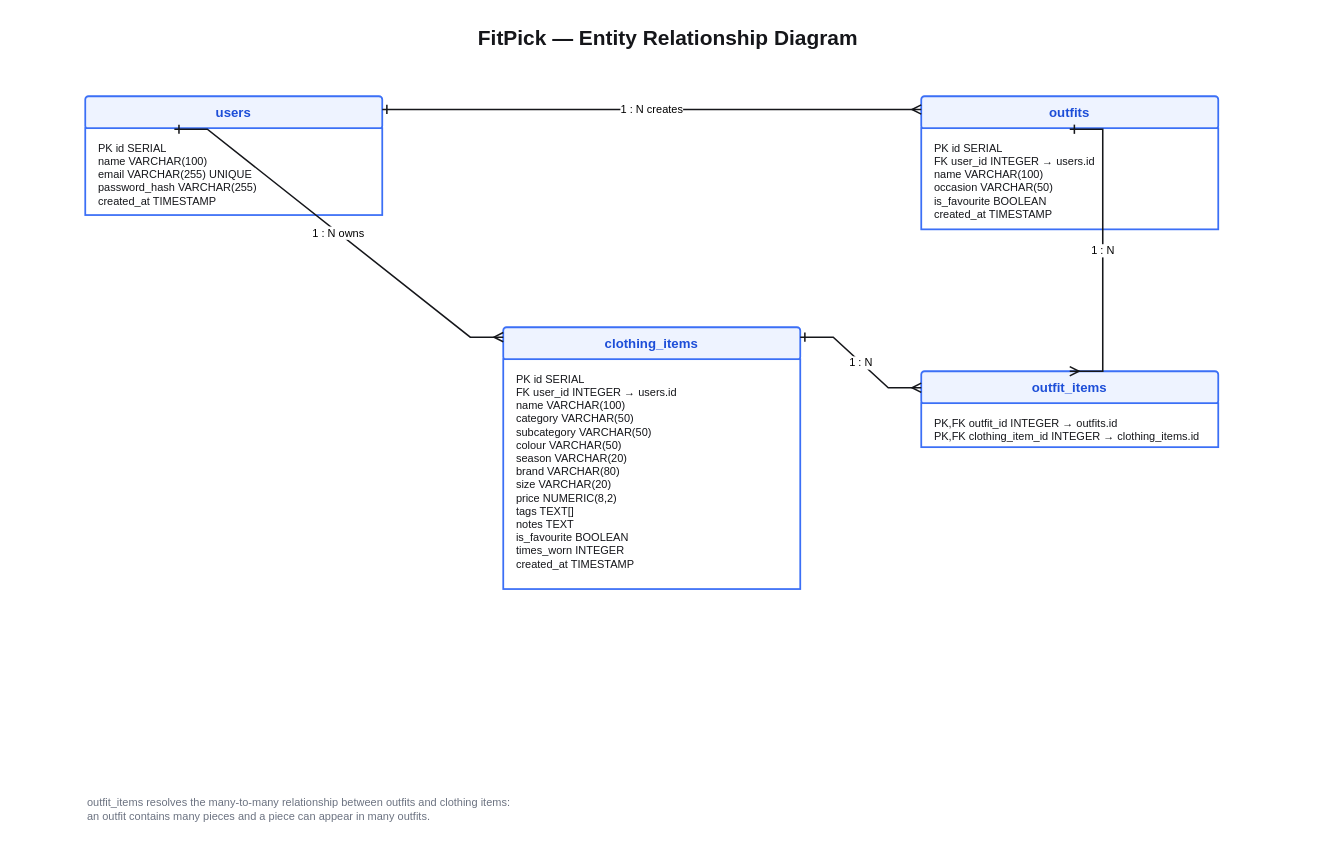
Before: docs/design/diagrams/erd.drawio in nithi0307/fitpick, a draw.io diagram. Source tidied: cells renumbered, new cells numbered last; positions are measured from the earlier drawing's top-left corner, leaving out a move shared by most shapes. Both pictures are drawn from the tidied source at 110%, with x=0, y=0 at pixel (19, 19).
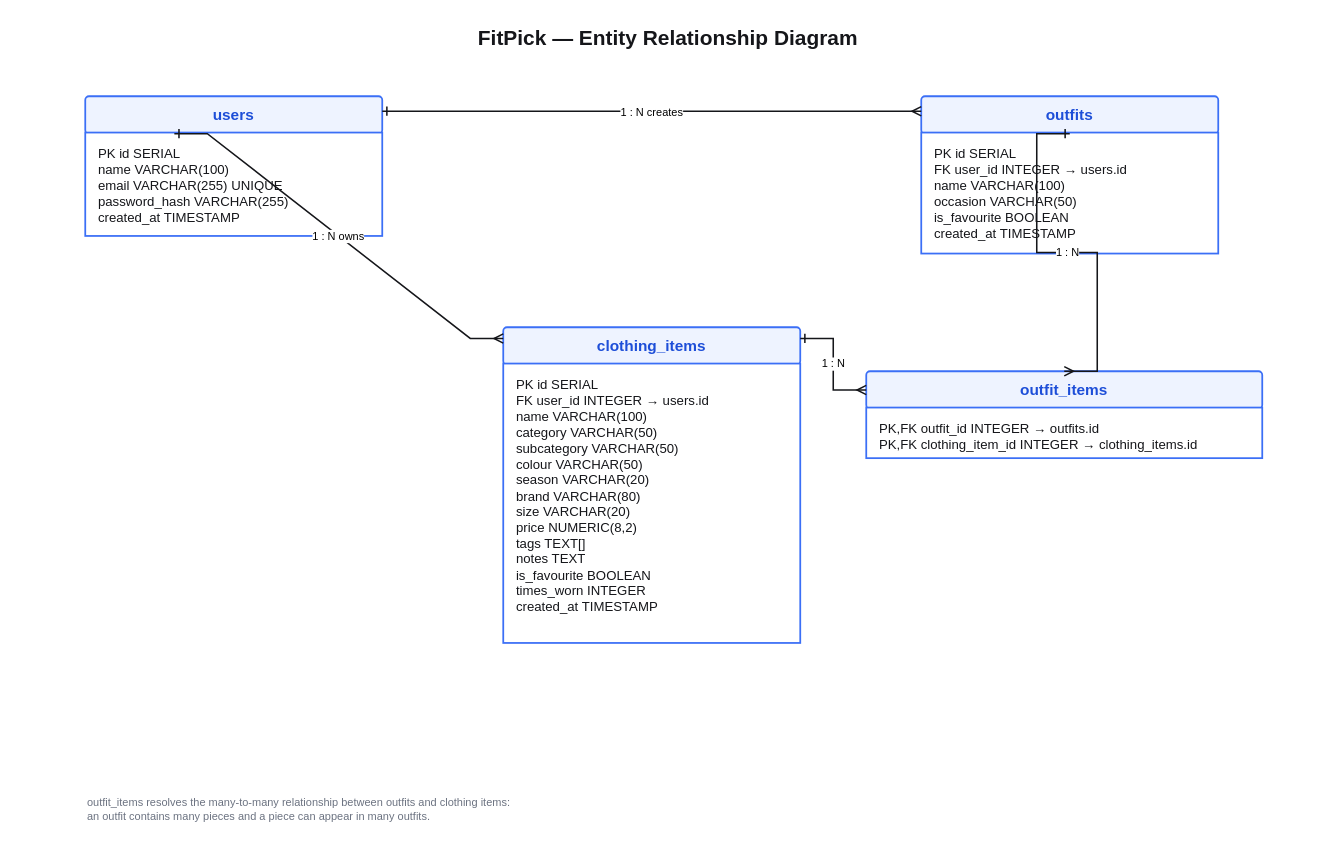
The same page after the edit.

The edit, as a diff of the source:
```diff
@@
 <mxGraphModel>
   <root>
     <mxCell id="0" />
     <mxCell id="1" parent="0" />
     <mxCell id="2" value="FitPick — Entity Relationship Diagram" style="text;html=1;whiteSpace=wrap;fontSize=19;fontStyle=1;fontColor=#15161a;align=center;" parent="1" vertex="1">
       <mxGeometry width="1180" height="30" as="geometry" />
     </mxCell>
-    <mxCell id="3" value="users" style="rounded=1;arcSize=10;html=1;whiteSpace=wrap;fillColor=#eef3ff;strokeColor=#3b6ff6;strokeWidth=1.6;fontSize=12;fontStyle=1;fontColor=#1d4ed8;verticalAlign=middle;align=center;" parent="1" vertex="1">
-      <mxGeometry x="60" y="70" width="270" height="30" as="geometry" />
+    <mxCell id="3" value="users" style="rounded=1;arcSize=10;html=1;whiteSpace=wrap;fillColor=#eef3ff;strokeColor=#3b6ff6;strokeWidth=1.6;fontSize=14;fontStyle=1;fontColor=#1d4ed8;verticalAlign=middle;align=center;" parent="1" vertex="1">
+      <mxGeometry x="60" y="70" width="270" height="34" as="geometry" />
     </mxCell>
-    <mxCell id="4" value="PK  id              SERIAL&#10;      name            VARCHAR(100)&#10;      email           VARCHAR(255) UNIQUE&#10;      password_hash   VARCHAR(255)&#10;      created_at      TIMESTAMP" style="rounded=0;html=1;whiteSpace=wrap;fillColor=#ffffff;strokeColor=#3b6ff6;strokeWidth=1.6;fontSize=10;fontColor=#15161a;align=left;verticalAlign=top;spacingLeft=10;spacingTop=6;" parent="1" vertex="1">
-      <mxGeometry x="60" y="99" width="270" height="79" as="geometry" />
+    <mxCell id="4" value="PK  id              SERIAL&#10;      name            VARCHAR(100)&#10;      email           VARCHAR(255) UNIQUE&#10;      password_hash   VARCHAR(255)&#10;      created_at      TIMESTAMP" style="rounded=0;html=1;whiteSpace=wrap;fillColor=#ffffff;strokeColor=#3b6ff6;strokeWidth=1.6;fontSize=12;fontColor=#15161a;align=left;verticalAlign=top;spacingLeft=10;spacingTop=6;" parent="1" vertex="1">
+      <mxGeometry x="60" y="103" width="270" height="94" as="geometry" />
     </mxCell>
-    <mxCell id="5" value="clothing_items" style="rounded=1;arcSize=10;html=1;whiteSpace=wrap;fillColor=#eef3ff;strokeColor=#3b6ff6;strokeWidth=1.6;fontSize=12;fontStyle=1;fontColor=#1d4ed8;verticalAlign=middle;align=center;" parent="1" vertex="1">
-      <mxGeometry x="440" y="280" width="270" height="30" as="geometry" />
+    <mxCell id="5" value="clothing_items" style="rounded=1;arcSize=10;html=1;whiteSpace=wrap;fillColor=#eef3ff;strokeColor=#3b6ff6;strokeWidth=1.6;fontSize=14;fontStyle=1;fontColor=#1d4ed8;verticalAlign=middle;align=center;" parent="1" vertex="1">
+      <mxGeometry x="440" y="280" width="270" height="34" as="geometry" />
     </mxCell>
-    <mxCell id="6" value="PK  id              SERIAL&#10;FK  user_id         INTEGER → users.id&#10;      name            VARCHAR(100)&#10;      category        VARCHAR(50)&#10;      subcategory     VARCHAR(50)&#10;      colour          VARCHAR(50)&#10;      season          VARCHAR(20)&#10;      brand           VARCHAR(80)&#10;      size            VARCHAR(20)&#10;      price           NUMERIC(8,2)&#10;      tags            TEXT[]&#10;      notes           TEXT&#10;      is_favourite    BOOLEAN&#10;      times_worn      INTEGER&#10;      created_at      TIMESTAMP" style="rounded=0;html=1;whiteSpace=wrap;fillColor=#ffffff;strokeColor=#3b6ff6;strokeWidth=1.6;fontSize=10;fontColor=#15161a;align=left;verticalAlign=top;spacingLeft=10;spacingTop=6;" parent="1" vertex="1">
-      <mxGeometry x="440" y="309" width="270" height="209" as="geometry" />
+    <mxCell id="6" value="PK  id              SERIAL&#10;FK  user_id         INTEGER → users.id&#10;      name            VARCHAR(100)&#10;      category        VARCHAR(50)&#10;      subcategory     VARCHAR(50)&#10;      colour          VARCHAR(50)&#10;      season          VARCHAR(20)&#10;      brand           VARCHAR(80)&#10;      size            VARCHAR(20)&#10;      price           NUMERIC(8,2)&#10;      tags            TEXT[]&#10;      notes           TEXT&#10;      is_favourite    BOOLEAN&#10;      times_worn      INTEGER&#10;      created_at      TIMESTAMP" style="rounded=0;html=1;whiteSpace=wrap;fillColor=#ffffff;strokeColor=#3b6ff6;strokeWidth=1.6;fontSize=12;fontColor=#15161a;align=left;verticalAlign=top;spacingLeft=10;spacingTop=6;" parent="1" vertex="1">
+      <mxGeometry x="440" y="313" width="270" height="254" as="geometry" />
     </mxCell>
-    <mxCell id="7" value="outfits" style="rounded=1;arcSize=10;html=1;whiteSpace=wrap;fillColor=#eef3ff;strokeColor=#3b6ff6;strokeWidth=1.6;fontSize=12;fontStyle=1;fontColor=#1d4ed8;verticalAlign=middle;align=center;" parent="1" vertex="1">
-      <mxGeometry x="820" y="70" width="270" height="30" as="geometry" />
+    <mxCell id="7" value="outfits" style="rounded=1;arcSize=10;html=1;whiteSpace=wrap;fillColor=#eef3ff;strokeColor=#3b6ff6;strokeWidth=1.6;fontSize=14;fontStyle=1;fontColor=#1d4ed8;verticalAlign=middle;align=center;" parent="1" vertex="1">
+      <mxGeometry x="820" y="70" width="270" height="34" as="geometry" />
     </mxCell>
-    <mxCell id="8" value="PK  id              SERIAL&#10;FK  user_id         INTEGER → users.id&#10;      name            VARCHAR(100)&#10;      occasion        VARCHAR(50)&#10;      is_favourite    BOOLEAN&#10;      created_at      TIMESTAMP" style="rounded=0;html=1;whiteSpace=wrap;fillColor=#ffffff;strokeColor=#3b6ff6;strokeWidth=1.6;fontSize=10;fontColor=#15161a;align=left;verticalAlign=top;spacingLeft=10;spacingTop=6;" parent="1" vertex="1">
-      <mxGeometry x="820" y="99" width="270" height="92" as="geometry" />
+    <mxCell id="8" value="PK  id              SERIAL&#10;FK  user_id         INTEGER → users.id&#10;      name            VARCHAR(100)&#10;      occasion        VARCHAR(50)&#10;      is_favourite    BOOLEAN&#10;      created_at      TIMESTAMP" style="rounded=0;html=1;whiteSpace=wrap;fillColor=#ffffff;strokeColor=#3b6ff6;strokeWidth=1.6;fontSize=12;fontColor=#15161a;align=left;verticalAlign=top;spacingLeft=10;spacingTop=6;" parent="1" vertex="1">
+      <mxGeometry x="820" y="103" width="270" height="110" as="geometry" />
     </mxCell>
-    <mxCell id="9" value="outfit_items" style="rounded=1;arcSize=10;html=1;whiteSpace=wrap;fillColor=#eef3ff;strokeColor=#3b6ff6;strokeWidth=1.6;fontSize=12;fontStyle=1;fontColor=#1d4ed8;verticalAlign=middle;align=center;" parent="1" vertex="1">
-      <mxGeometry x="820" y="320" width="270" height="30" as="geometry" />
+    <mxCell id="9" value="outfit_items" style="rounded=1;arcSize=10;html=1;whiteSpace=wrap;fillColor=#eef3ff;strokeColor=#3b6ff6;strokeWidth=1.6;fontSize=14;fontStyle=1;fontColor=#1d4ed8;verticalAlign=middle;align=center;" parent="1" vertex="1">
+      <mxGeometry x="770" y="320" width="360" height="34" as="geometry" />
     </mxCell>
-    <mxCell id="10" value="PK,FK  outfit_id          INTEGER → outfits.id&#10;PK,FK  clothing_item_id   INTEGER → clothing_items.id" style="rounded=0;html=1;whiteSpace=wrap;fillColor=#ffffff;strokeColor=#3b6ff6;strokeWidth=1.6;fontSize=10;fontColor=#15161a;align=left;verticalAlign=top;spacingLeft=10;spacingTop=6;" parent="1" vertex="1">
-      <mxGeometry x="820" y="349" width="270" height="40" as="geometry" />
+    <mxCell id="10" value="PK,FK  outfit_id          INTEGER → outfits.id&#10;PK,FK  clothing_item_id   INTEGER → clothing_items.id" style="rounded=0;html=1;whiteSpace=wrap;fillColor=#ffffff;strokeColor=#3b6ff6;strokeWidth=1.6;fontSize=12;fontColor=#15161a;align=left;verticalAlign=top;spacingLeft=10;spacingTop=6;" parent="1" vertex="1">
+      <mxGeometry x="770" y="353" width="360" height="46" as="geometry" />
     </mxCell>
     <mxCell id="11" value="1 : N   owns" style="startArrow=ERone;startFill=0;endArrow=ERmany;endFill=0;edgeStyle=entityRelationEdgeStyle;rounded=0;html=1;strokeColor=#15161a;strokeWidth=1.4;fontSize=10;labelBackgroundColor=#ffffff;exitX=0.3;exitY=1;entryX=0;entryY=0.3;" parent="1" edge="1" source="3" target="5">
       <mxGeometry relative="1" as="geometry" />
     </mxCell>
     <mxCell id="12" value="1 : N   creates" style="startArrow=ERone;startFill=0;endArrow=ERmany;endFill=0;edgeStyle=entityRelationEdgeStyle;rounded=0;html=1;strokeColor=#15161a;strokeWidth=1.4;fontSize=10;labelBackgroundColor=#ffffff;exitX=1;exitY=0.4;entryX=0;entryY=0.4;" parent="1" edge="1" source="3" target="7">
       <mxGeometry relative="1" as="geometry" />
     </mxCell>
     <mxCell id="13" value="1 : N" style="startArrow=ERone;startFill=0;endArrow=ERmany;endFill=0;edgeStyle=entityRelationEdgeStyle;rounded=0;html=1;strokeColor=#15161a;strokeWidth=1.4;fontSize=10;labelBackgroundColor=#ffffff;exitX=0.5;exitY=1;entryX=0.5;entryY=0;" parent="1" edge="1" source="7" target="9">
       <mxGeometry relative="1" as="geometry" />
     </mxCell>
     <mxCell id="14" value="1 : N" style="startArrow=ERone;startFill=0;endArrow=ERmany;endFill=0;edgeStyle=entityRelationEdgeStyle;rounded=0;html=1;strokeColor=#15161a;strokeWidth=1.4;fontSize=10;labelBackgroundColor=#ffffff;exitX=1;exitY=0.3;entryX=0;entryY=0.5;" parent="1" edge="1" source="5" target="9">
       <mxGeometry relative="1" as="geometry" />
     </mxCell>
     <mxCell id="15" value="outfit_items resolves the many-to-many relationship between outfits and clothing items:&#10;an outfit contains many pieces and a piece can appear in many outfits." style="text;html=1;whiteSpace=wrap;fontSize=10;fontColor=#6b7280;align=left;" parent="1" vertex="1">
       <mxGeometry x="60" y="700" width="1000" height="44" as="geometry" />
     </mxCell>
   </root>
 </mxGraphModel>
```
